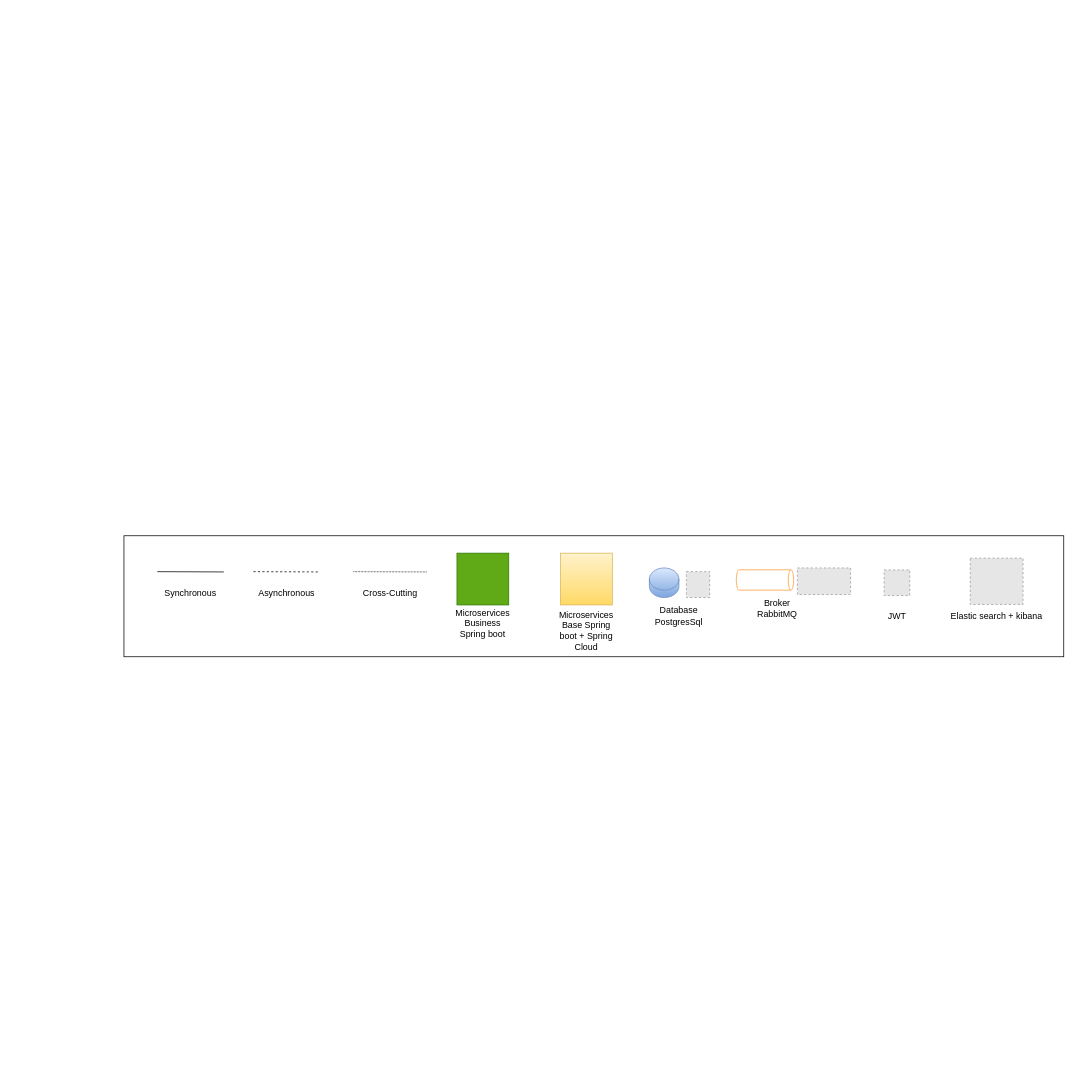
Earlier version of the draw.io diagram Diagrama sem nome.drawio (gabrielffguimaraes/ead-microservice-api). Source tidied: cells renumbered, new cells numbered last; positions are measured from the earlier drawing's top-left corner, leaving out a move shared by most shapes. Both pictures are drawn from the tidied source at 74%, with x=0, y=0 at pixel (124, 479). Pictures stored in the file or linked from it are replaced by grey dashed boxes.
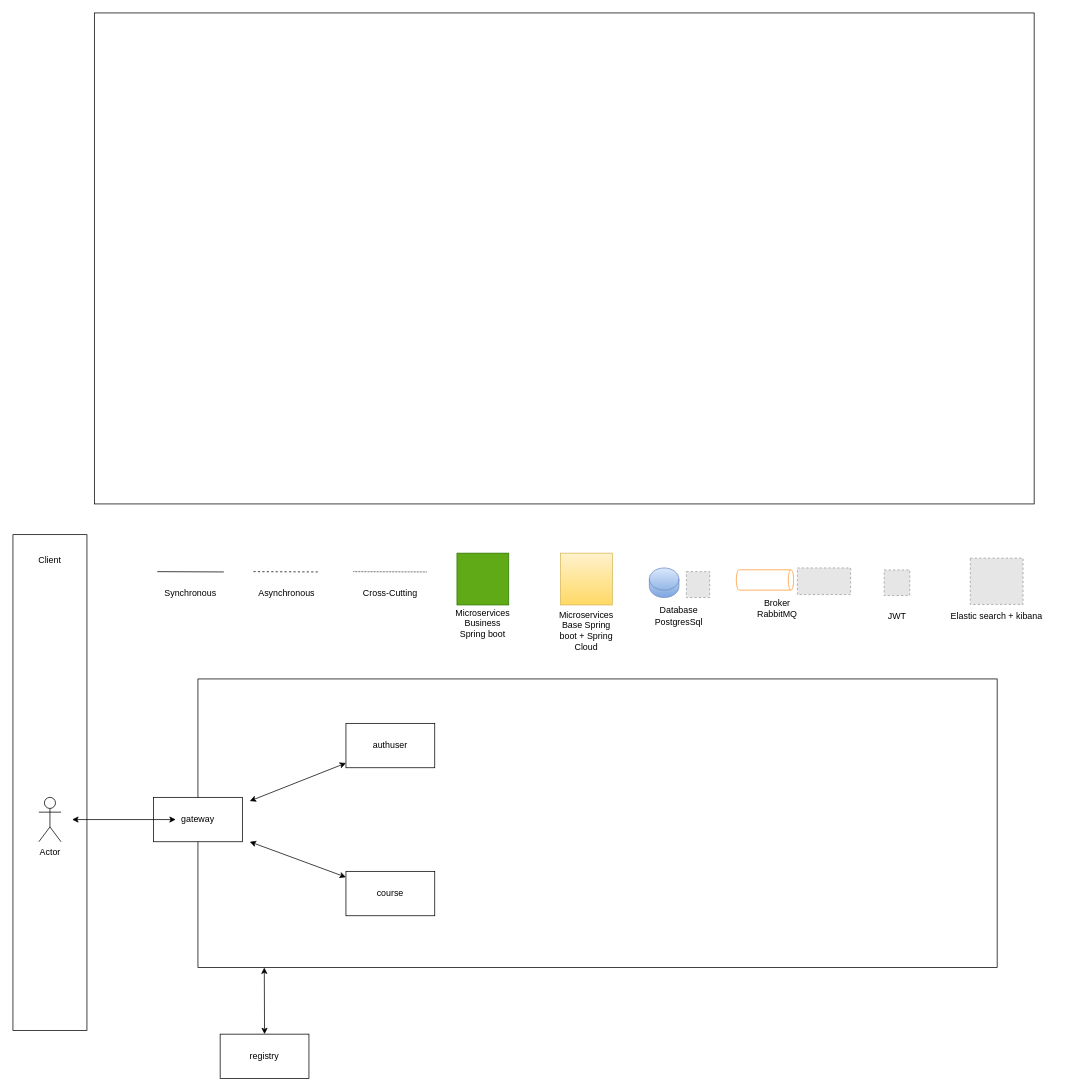
After the change.

Diff of the diagram source:
```diff
@@
+    <mxCell id="24" style="rounded=0;whiteSpace=wrap;html=1;" parent="1" vertex="1">
+      <mxGeometry x="100" y="270" width="1080" height="390" as="geometry" />
+    </mxCell>
     <mxCell id="2" style="rounded=0;whiteSpace=wrap;html=1;" parent="1" vertex="1">
-      <mxGeometry y="76.5" width="1270" height="163.5" as="geometry" />
+      <mxGeometry x="-40" y="-630" width="1270" height="663.5" as="geometry" />
     </mxCell>
@@
+    <mxCell id="25" style="rounded=0;whiteSpace=wrap;html=1;rotation=90;" parent="1" vertex="1">
+      <mxGeometry x="-435" y="360" width="670" height="100" as="geometry" />
+    </mxCell>
+    <mxCell id="26" value="Actor" style="shape=umlActor;verticalLabelPosition=bottom;verticalAlign=top;html=1;" parent="1" vertex="1">
+      <mxGeometry x="-115" y="430" width="30" height="60" as="geometry" />
+    </mxCell>
+    <mxCell id="27" value="Client" style="text;strokeColor=none;align=center;fillColor=none;html=1;verticalAlign=middle;whiteSpace=wrap;rounded=0;" parent="1" vertex="1">
+      <mxGeometry x="-130" y="95" width="60" height="30" as="geometry" />
+    </mxCell>
+    <mxCell id="28" style="rounded=0;whiteSpace=wrap;html=1;" parent="1" vertex="1">
+      <mxGeometry x="40" y="430" width="120" height="60" as="geometry" />
+    </mxCell>
+    <mxCell id="29" style="endArrow=classic;startArrow=classic;html=1;rounded=0;" parent="1" edge="1">
+      <mxGeometry relative="1" as="geometry">
+        <mxPoint x="-70" y="460" as="sourcePoint" />
+        <mxPoint x="70" y="460" as="targetPoint" />
+      </mxGeometry>
+    </mxCell>
+    <mxCell id="30" value="gateway" style="text;strokeColor=none;align=center;fillColor=none;html=1;verticalAlign=middle;whiteSpace=wrap;rounded=0;" parent="1" vertex="1">
+      <mxGeometry x="70" y="445" width="60" height="30" as="geometry" />
+    </mxCell>
+    <mxCell id="31" style="endArrow=classic;startArrow=classic;html=1;rounded=0;" parent="1" edge="1" target="32">
+      <mxGeometry relative="1" as="geometry">
+        <mxPoint x="170" y="435" as="sourcePoint" />
+      </mxGeometry>
+    </mxCell>
+    <mxCell id="32" style="rounded=0;whiteSpace=wrap;html=1;" parent="1" vertex="1">
+      <mxGeometry x="300" y="330" width="120" height="60" as="geometry" />
+    </mxCell>
+    <mxCell id="33" style="endArrow=classic;startArrow=classic;html=1;rounded=0;" parent="1" edge="1" target="34">
+      <mxGeometry relative="1" as="geometry">
+        <mxPoint x="170" y="490" as="sourcePoint" />
+      </mxGeometry>
+    </mxCell>
+    <mxCell id="34" style="rounded=0;whiteSpace=wrap;html=1;" parent="1" vertex="1">
+      <mxGeometry x="300" y="530" width="120" height="60" as="geometry" />
+    </mxCell>
+    <mxCell id="35" value="authuser" style="text;strokeColor=none;align=center;fillColor=none;html=1;verticalAlign=middle;whiteSpace=wrap;rounded=0;" parent="1" vertex="1">
+      <mxGeometry x="330" y="345" width="60" height="30" as="geometry" />
+    </mxCell>
+    <mxCell id="36" value="course" style="text;strokeColor=none;align=center;fillColor=none;html=1;verticalAlign=middle;whiteSpace=wrap;rounded=0;" parent="1" vertex="1">
+      <mxGeometry x="330" y="545" width="60" height="30" as="geometry" />
+    </mxCell>
+    <mxCell id="37" style="rounded=0;whiteSpace=wrap;html=1;" parent="1" vertex="1">
+      <mxGeometry x="130" y="750" width="120" height="60" as="geometry" />
+    </mxCell>
+    <mxCell id="38" value="registry" style="text;strokeColor=none;align=center;fillColor=none;html=1;verticalAlign=middle;whiteSpace=wrap;rounded=0;" parent="1" vertex="1">
+      <mxGeometry x="160" y="765" width="60" height="30" as="geometry" />
+    </mxCell>
+    <mxCell id="39" style="endArrow=classic;startArrow=classic;html=1;rounded=0;exitX=0.5;exitY=0;exitDx=0;exitDy=0;entryX=0.083;entryY=1;entryDx=0;entryDy=0;entryPerimeter=0;" parent="1" edge="1" source="37" target="24">
+      <mxGeometry relative="1" as="geometry" />
+    </mxCell>
```
